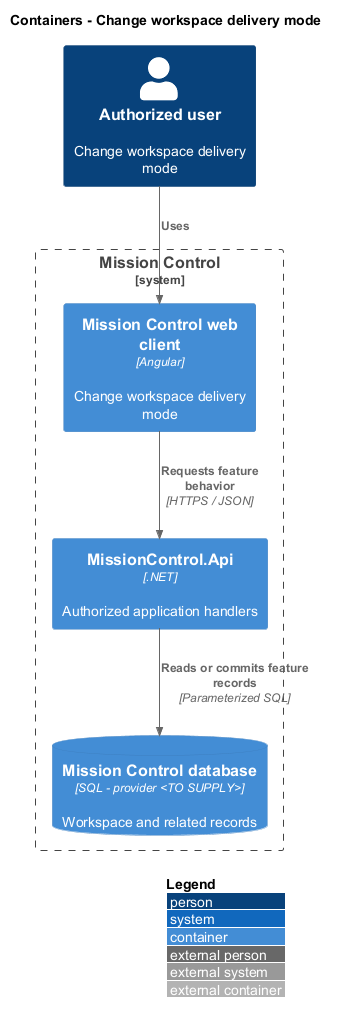
QuinntyneBrown/mission-control keeps this PlantUML diagram as docs/detailed-designs/projects/change-delivery-mode/diagrams/c4-container.png. Above is the earlier version.
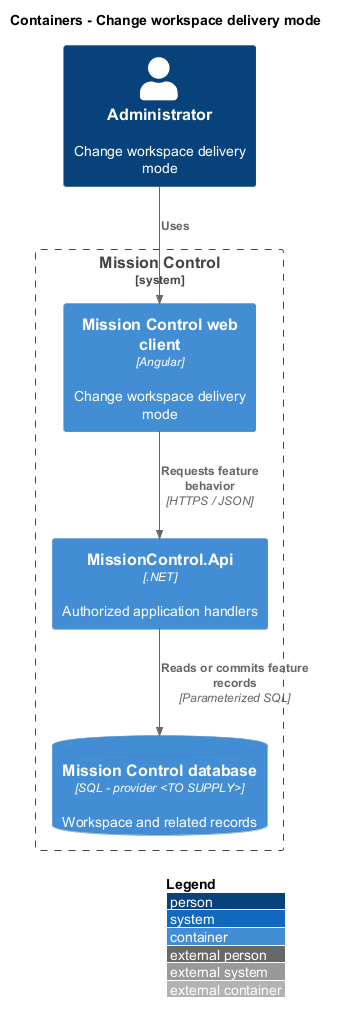
The same diagram one commit later.

The edit, as a diff of the source:
```diff
@@ -2,7 +2,7 @@
 !include <C4/C4_Container>
 LAYOUT_WITH_LEGEND()
 title Containers - Change workspace delivery mode
-Person(actor, "Authorized user", "Change workspace delivery mode")
+Person(actor, "Administrator", "Change workspace delivery mode")
 System_Boundary(mc, "Mission Control") {
   Container(web, "Mission Control web client", "Angular", "Change workspace delivery mode")
   Container(api, "MissionControl.Api", ".NET", "Authorized application handlers")
```
